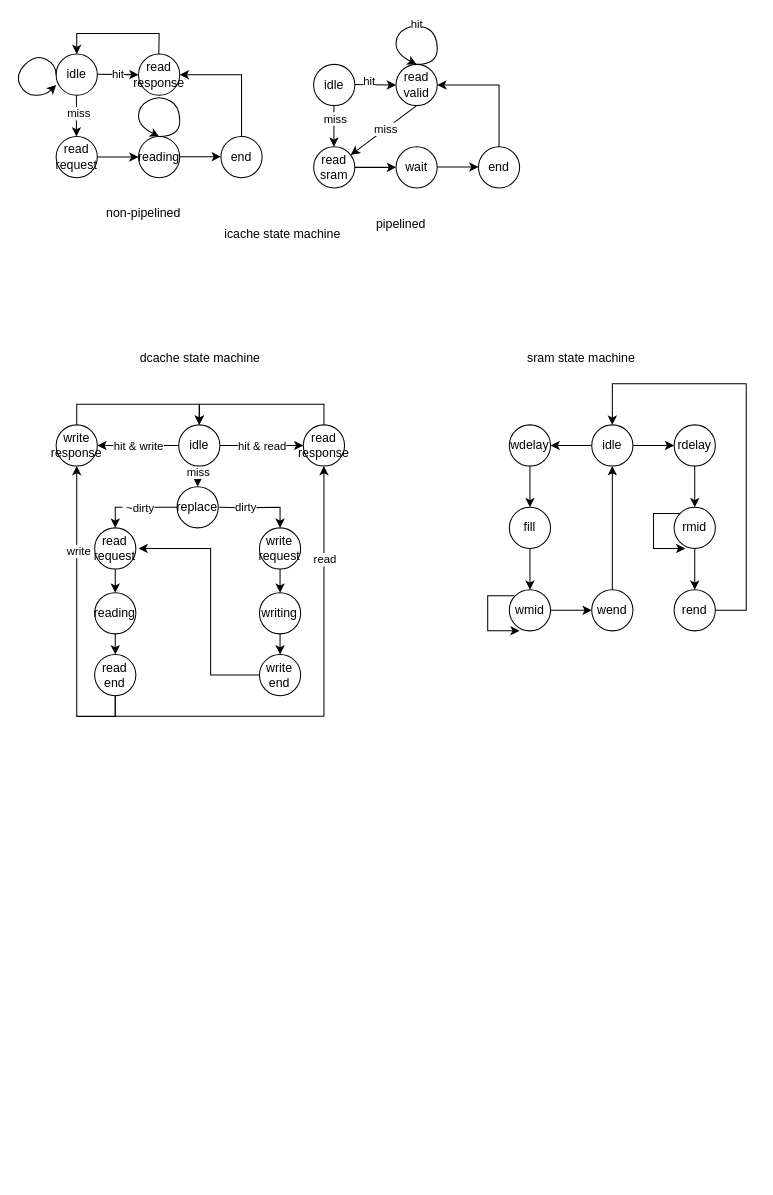
This is cpu.drawio from DavidZyy/drawio_repo, a draw.io file, before an edit. Source tidied: cells renumbered, new cells numbered last; positions are measured from the earlier drawing's top-left corner, leaving out a move shared by most shapes. Both pictures are drawn from the tidied source at 103%, with x=0, y=0 at pixel (14, 23).
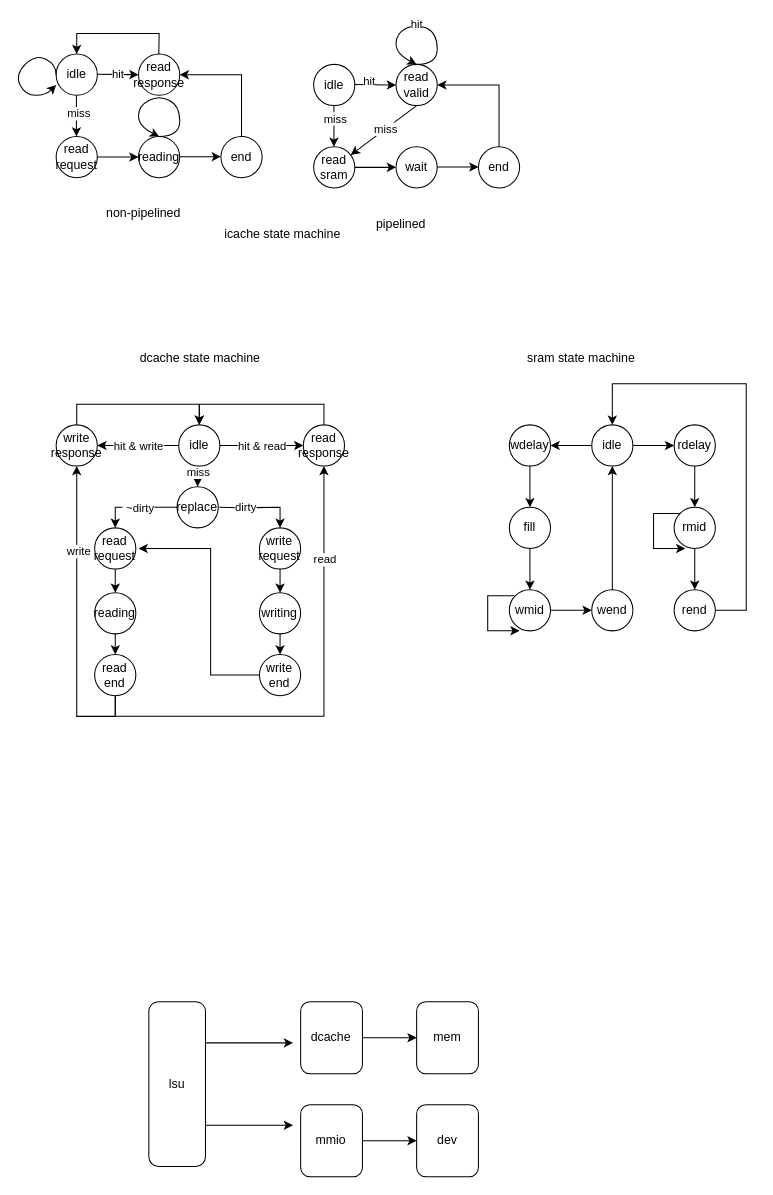
Above is the later version.

Commit message:
add lsu mmio dcache picture

What changed in the source:
```diff
@@
+    <mxCell id="88" style="edgeStyle=orthogonalEdgeStyle;rounded=0;jettySize=auto;html=1;exitX=1;exitY=0.25;exitDx=0;exitDy=0;" parent="1" edge="1" source="90">
+      <mxGeometry relative="1" as="geometry">
+        <mxPoint x="270" y="990" as="targetPoint" />
+      </mxGeometry>
+    </mxCell>
+    <mxCell id="89" style="edgeStyle=orthogonalEdgeStyle;rounded=0;jettySize=auto;html=1;exitX=1;exitY=0.75;exitDx=0;exitDy=0;" parent="1" edge="1" source="90">
+      <mxGeometry relative="1" as="geometry">
+        <mxPoint x="270" y="1070" as="targetPoint" />
+      </mxGeometry>
+    </mxCell>
+    <mxCell id="90" value="lsu" style="rounded=1;whiteSpace=wrap;html=1;arcSize=17;" parent="1" vertex="1">
+      <mxGeometry x="130" y="950" width="55" height="160" as="geometry" />
+    </mxCell>
+    <mxCell id="91" style="edgeStyle=orthogonalEdgeStyle;rounded=0;jettySize=auto;html=1;exitX=1;exitY=0.5;exitDx=0;exitDy=0;entryX=0;entryY=0.5;entryDx=0;entryDy=0;" parent="1" edge="1" source="92" target="95">
+      <mxGeometry relative="1" as="geometry" />
+    </mxCell>
+    <mxCell id="92" value="dcache" style="rounded=1;whiteSpace=wrap;html=1;" parent="1" vertex="1">
+      <mxGeometry x="277.4" y="950" width="60" height="70" as="geometry" />
+    </mxCell>
+    <mxCell id="93" style="edgeStyle=orthogonalEdgeStyle;rounded=0;jettySize=auto;html=1;exitX=1;exitY=0.5;exitDx=0;exitDy=0;entryX=0;entryY=0.5;entryDx=0;entryDy=0;" parent="1" edge="1" source="94" target="96">
+      <mxGeometry relative="1" as="geometry" />
+    </mxCell>
+    <mxCell id="94" value="mmio" style="rounded=1;whiteSpace=wrap;html=1;" parent="1" vertex="1">
+      <mxGeometry x="277.4" y="1050" width="60" height="70" as="geometry" />
+    </mxCell>
+    <mxCell id="95" value="mem" style="rounded=1;whiteSpace=wrap;html=1;" parent="1" vertex="1">
+      <mxGeometry x="390" y="950" width="60" height="70" as="geometry" />
+    </mxCell>
+    <mxCell id="96" value="dev" style="rounded=1;whiteSpace=wrap;html=1;" parent="1" vertex="1">
+      <mxGeometry x="390" y="1050" width="60" height="70" as="geometry" />
+    </mxCell>
```
